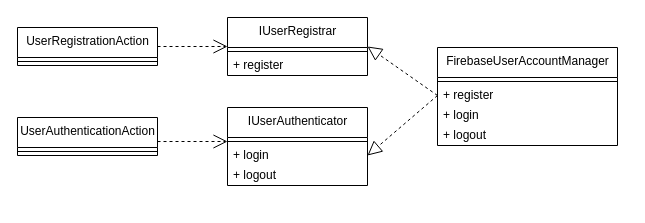
Above: page "AuthenticationModule" (2 of 5) of ff14-sns.drawio in Mouwf/FF14SNS (draw.io), before the change. Source tidied: cells renumbered, new cells numbered last; positions are measured from the earlier drawing's top-left corner, leaving out a move shared by most shapes. Both pictures are drawn from the tidied source at 100%, with x=0, y=0 at pixel (17, 17).
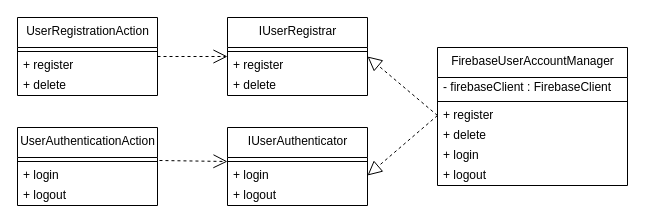
Above is the later version.

Unchanged cells that the change refers to:
```xml
<mxCell id="21" style="line;strokeWidth=1;fillColor=none;align=left;verticalAlign=middle;spacingTop=-1;spacingLeft=3;spacingRight=3;labelPosition=right;points=[];portConstraint=eastwest;" parent="20" vertex="1">
  <mxGeometry y="30" width="140" height="8" as="geometry" />
</mxCell>
```

The edit, as a diff of the source:
```diff
@@
     <mxCell id="2" value="IUserAuthenticator" style="swimlane;fontStyle=0;align=center;verticalAlign=top;horizontal=1;startSize=30;html=1;" parent="1" vertex="1">
-      <mxGeometry x="210" y="90" width="140" height="78" as="geometry" />
+      <mxGeometry x="210" y="110" width="140" height="78" as="geometry" />
     </mxCell>
@@
     <mxCell id="6" value="IUserRegistrar" style="swimlane;fontStyle=0;align=center;verticalAlign=top;horizontal=1;startSize=30;html=1;" parent="1" vertex="1">
-      <mxGeometry x="210" width="140" height="58" as="geometry" />
+      <mxGeometry x="210" width="140" height="78" as="geometry" />
     </mxCell>
@@
+    <mxCell id="22" value="+ delete" style="text;html=1;strokeColor=none;fillColor=none;align=left;verticalAlign=middle;spacingLeft=4;spacingRight=4;overflow=hidden;" parent="6" vertex="1">
+      <mxGeometry y="58" width="140" height="20" as="geometry" />
+    </mxCell>
     <mxCell id="9" value="FirebaseUserAccountManager" style="swimlane;fontStyle=0;align=center;verticalAlign=top;horizontal=1;startSize=30;html=1;" parent="1" vertex="1">
-      <mxGeometry x="420" y="30" width="180" height="98" as="geometry" />
+      <mxGeometry x="420" y="30" width="190" height="138" as="geometry" />
     </mxCell>
+    <mxCell id="23" value="- firebaseClient : FirebaseClient" style="text;html=1;strokeColor=none;fillColor=none;align=left;verticalAlign=middle;spacingLeft=4;spacingRight=4;overflow=hidden;" parent="9" vertex="1">
+      <mxGeometry y="30" width="190" height="20" as="geometry" />
+    </mxCell>
     <mxCell id="10" style="line;strokeWidth=1;fillColor=none;align=left;verticalAlign=middle;spacingTop=-1;spacingLeft=3;spacingRight=3;labelPosition=right;" parent="9" vertex="1">
-      <mxGeometry y="30" width="180" height="8" as="geometry" />
+      <mxGeometry y="50" width="190" height="8" as="geometry" />
     </mxCell>
     <mxCell id="11" value="+ register" style="text;html=1;strokeColor=none;fillColor=none;align=left;verticalAlign=middle;spacingLeft=4;spacingRight=4;overflow=hidden;points=[[0,0.5],[1,0.5]];portConstraint=eastwest;" parent="9" vertex="1">
-      <mxGeometry y="38" width="180" height="20" as="geometry" />
+      <mxGeometry y="58" width="190" height="20" as="geometry" />
     </mxCell>
+    <mxCell id="24" value="+ delete" style="text;html=1;strokeColor=none;fillColor=none;align=left;verticalAlign=middle;spacingLeft=4;spacingRight=4;overflow=hidden;" parent="9" vertex="1">
+      <mxGeometry y="78" width="190" height="20" as="geometry" />
+    </mxCell>
     <mxCell id="12" value="+ login" style="text;html=1;strokeColor=none;fillColor=none;align=left;verticalAlign=middle;spacingLeft=4;spacingRight=4;overflow=hidden;" parent="9" vertex="1">
-      <mxGeometry y="58" width="180" height="20" as="geometry" />
+      <mxGeometry y="98" width="190" height="20" as="geometry" />
     </mxCell>
     <mxCell id="13" value="+ logout" style="text;html=1;strokeColor=none;fillColor=none;align=left;verticalAlign=middle;spacingLeft=4;spacingRight=4;overflow=hidden;" parent="9" vertex="1">
-      <mxGeometry y="78" width="180" height="20" as="geometry" />
+      <mxGeometry y="118" width="190" height="20" as="geometry" />
     </mxCell>
@@
     <mxCell id="15" value="UserRegistrationAction" style="swimlane;fontStyle=0;align=center;verticalAlign=top;horizontal=1;startSize=30;html=1;" parent="1" vertex="1">
-      <mxGeometry y="10" width="140" height="38" as="geometry" />
+      <mxGeometry width="140" height="78" as="geometry" />
     </mxCell>
@@
+    <mxCell id="25" value="+ register" style="text;html=1;strokeColor=none;fillColor=none;align=left;verticalAlign=middle;spacingLeft=4;spacingRight=4;overflow=hidden;" parent="15" vertex="1">
+      <mxGeometry y="38" width="140" height="20" as="geometry" />
+    </mxCell>
+    <mxCell id="26" value="+ delete" style="text;html=1;strokeColor=none;fillColor=none;align=left;verticalAlign=middle;spacingLeft=4;spacingRight=4;overflow=hidden;" parent="15" vertex="1">
+      <mxGeometry y="58" width="140" height="20" as="geometry" />
+    </mxCell>
@@
-    <mxCell id="19" style="edgeStyle=none;rounded=0;jumpSize=6;html=1;exitX=1;exitY=0.632;exitDx=0;exitDy=0;strokeWidth=1;endArrow=open;endFill=0;startSize=6;endSize=12;targetPerimeterSpacing=0;exitPerimeter=0;dashed=1;" parent="1" edge="1" source="20">
+    <mxCell id="19" style="edgeStyle=none;rounded=0;jumpSize=6;html=1;exitX=1.014;exitY=0.375;exitDx=0;exitDy=0;strokeWidth=1;endArrow=open;endFill=0;startSize=6;endSize=12;targetPerimeterSpacing=0;exitPerimeter=0;dashed=1;" parent="1" edge="1" source="21">
       <mxGeometry relative="1" as="geometry">
-        <mxPoint x="210" y="124" as="targetPoint" />
+        <mxPoint x="210" y="144" as="targetPoint" />
       </mxGeometry>
     </mxCell>
     <mxCell id="20" value="UserAuthenticationAction" style="swimlane;fontStyle=0;align=center;verticalAlign=top;horizontal=1;startSize=30;html=1;" parent="1" vertex="1">
-      <mxGeometry y="100" width="140" height="38" as="geometry" />
+      <mxGeometry y="110" width="140" height="78" as="geometry" />
     </mxCell>
@@
+    <mxCell id="27" value="+ login" style="text;html=1;strokeColor=none;fillColor=none;align=left;verticalAlign=middle;spacingLeft=4;spacingRight=4;overflow=hidden;" parent="20" vertex="1">
+      <mxGeometry y="38" width="140" height="20" as="geometry" />
+    </mxCell>
+    <mxCell id="28" value="+ logout" style="text;html=1;strokeColor=none;fillColor=none;align=left;verticalAlign=middle;spacingLeft=4;spacingRight=4;overflow=hidden;" parent="20" vertex="1">
+      <mxGeometry y="58" width="140" height="20" as="geometry" />
+    </mxCell>
```
